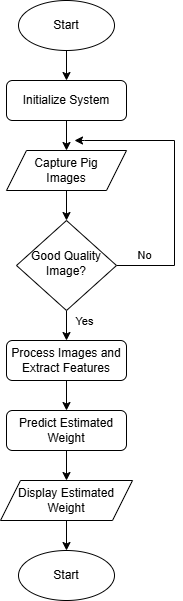
The draw.io diagram figures/Thesis Flowchart.png in Rowboouu/Latex-Thesis-Format-main-2, before a commit. Source tidied: cells renumbered, new cells last; positions are measured from the earlier drawing's top-left corner, leaving out a move shared by most shapes.
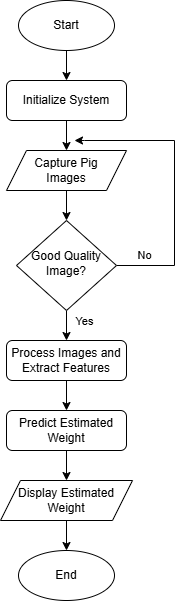
The same diagram one commit later.

Commit message:
Fix: Chapter 3 Flowchart and Verification

The edit, as a diff of the source:
```diff
@@ -64,7 +64,7 @@
     <mxCell id="18" value="Display Estimated Weight" style="shape=parallelogram;perimeter=parallelogramPerimeter;whiteSpace=wrap;html=1;fixedSize=1;" parent="1" vertex="1">
       <mxGeometry y="480" width="132" height="40" as="geometry" />
     </mxCell>
-    <mxCell id="19" value="Start" style="ellipse;whiteSpace=wrap;html=1;" parent="1" vertex="1">
+    <mxCell id="19" value="End" style="ellipse;whiteSpace=wrap;html=1;" parent="1" vertex="1">
       <mxGeometry x="18" y="550" width="96" height="50" as="geometry" />
     </mxCell>
   </root>
```
